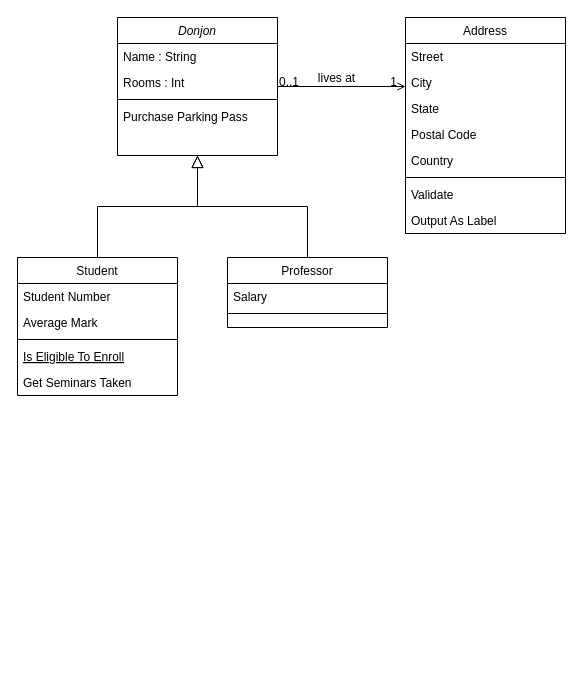
Longuevville/DonjonQuest keeps this draw.io diagram as Diagramme de classe.drawio. Above is the earlier version. Source tidied: cells renumbered, new cells numbered last; positions are measured from the earlier drawing's top-left corner, leaving out a move shared by most shapes. Both pictures are drawn from the tidied source at 100%, with x=0, y=0 at pixel (17, 17).
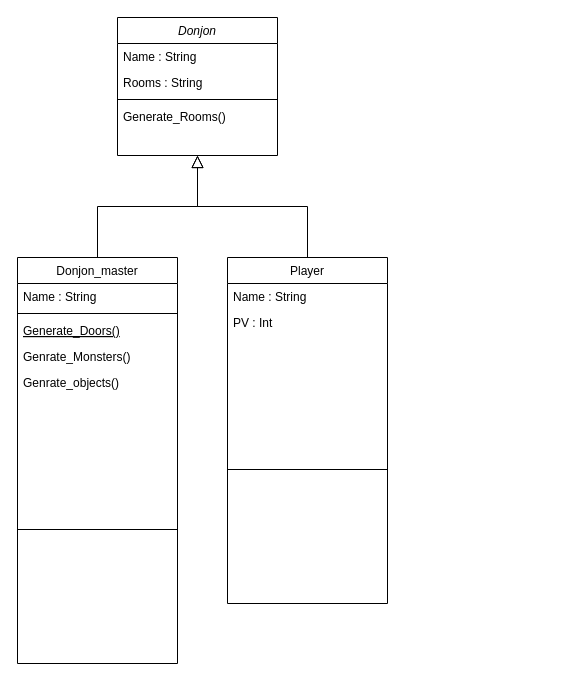
After the change.

Commit message (it also covers changes not shown here):
Mettre à jour Diagramme de classe.drawio

The change refers to these unchanged cells:
```xml
<mxCell id="2" value="Donjon" style="swimlane;fontStyle=2;align=center;verticalAlign=top;horizontal=1;startSize=26;rounded=0;shadow=0;strokeWidth=1;" parent="1" vertex="1">
  <mxGeometry x="100" width="160" height="138" as="geometry" />
</mxCell>
```

The edit, as a diff of the source:
```diff
@@
-    <mxCell id="4" value="Rooms : Int" style="text;align=left;verticalAlign=top;spacingLeft=4;spacingRight=4;overflow=hidden;rounded=0;shadow=0;html=0;" parent="2" vertex="1">
+    <mxCell id="4" value="Rooms : String" style="text;align=left;verticalAlign=top;spacingLeft=4;spacingRight=4;overflow=hidden;rounded=0;shadow=0;html=0;" parent="2" vertex="1">
       <mxGeometry y="52" width="160" height="26" as="geometry" />
     </mxCell>
@@
-    <mxCell id="6" value="Purchase Parking Pass" style="text;align=left;verticalAlign=top;spacingLeft=4;spacingRight=4;overflow=hidden;" parent="2" vertex="1">
+    <mxCell id="6" value="Generate_Rooms()" style="text;align=left;verticalAlign=top;spacingLeft=4;spacingRight=4;overflow=hidden;" parent="2" vertex="1">
       <mxGeometry y="86" width="160" height="26" as="geometry" />
     </mxCell>
-    <mxCell id="7" value="Student" style="swimlane;fontStyle=0;align=center;verticalAlign=top;horizontal=1;startSize=26;rounded=0;shadow=0;strokeWidth=1;" parent="1" vertex="1">
-      <mxGeometry y="240" width="160" height="138" as="geometry" />
+    <mxCell id="7" value="Donjon_master" style="swimlane;fontStyle=0;align=center;verticalAlign=top;horizontal=1;startSize=26;rounded=0;shadow=0;strokeWidth=1;" parent="1" vertex="1">
+      <mxGeometry y="240" width="160" height="406" as="geometry" />
     </mxCell>
-    <mxCell id="8" value="Student Number" style="text;align=left;verticalAlign=top;spacingLeft=4;spacingRight=4;overflow=hidden;" parent="7" vertex="1">
+    <mxCell id="8" value="Name : String" style="text;align=left;verticalAlign=top;spacingLeft=4;spacingRight=4;overflow=hidden;" parent="7" vertex="1">
       <mxGeometry y="26" width="160" height="26" as="geometry" />
     </mxCell>
-    <mxCell id="9" value="Average Mark" style="text;align=left;verticalAlign=top;spacingLeft=4;spacingRight=4;overflow=hidden;rounded=0;shadow=0;html=0;" parent="7" vertex="1">
-      <mxGeometry y="52" width="160" height="26" as="geometry" />
-    </mxCell>
     <mxCell id="10" style="line;html=1;strokeWidth=1;align=left;verticalAlign=middle;spacingTop=-1;spacingLeft=3;spacingRight=3;labelPosition=right;" parent="7" vertex="1">
-      <mxGeometry y="78" width="160" height="8" as="geometry" />
+      <mxGeometry y="52" width="160" height="8" as="geometry" />
     </mxCell>
-    <mxCell id="11" value="Is Eligible To Enroll" style="text;align=left;verticalAlign=top;spacingLeft=4;spacingRight=4;overflow=hidden;fontStyle=4;" parent="7" vertex="1">
-      <mxGeometry y="86" width="160" height="26" as="geometry" />
+    <mxCell id="11" value="Generate_Doors()" style="text;align=left;verticalAlign=top;spacingLeft=4;spacingRight=4;overflow=hidden;fontStyle=4;" parent="7" vertex="1">
+      <mxGeometry y="60" width="160" height="26" as="geometry" />
     </mxCell>
-    <mxCell id="12" value="Get Seminars Taken" style="text;align=left;verticalAlign=top;spacingLeft=4;spacingRight=4;overflow=hidden;" parent="7" vertex="1">
-      <mxGeometry y="112" width="160" height="26" as="geometry" />
+    <mxCell id="12" value="Genrate_Monsters()" style="text;align=left;verticalAlign=top;spacingLeft=4;spacingRight=4;overflow=hidden;" parent="7" vertex="1">
+      <mxGeometry y="86" width="160" height="26" as="geometry" />
     </mxCell>
+    <mxCell id="31" value="Genrate_objects()" style="text;align=left;verticalAlign=top;spacingLeft=4;spacingRight=4;overflow=hidden;" parent="7" vertex="1">
+      <mxGeometry y="112" width="160" height="26" as="geometry" />
+    </mxCell>
+    <mxCell id="32" style="line;html=1;strokeWidth=1;align=left;verticalAlign=middle;spacingTop=-1;spacingLeft=3;spacingRight=3;labelPosition=right;" parent="7" vertex="1">
+      <mxGeometry y="138" width="160" height="268" as="geometry" />
+    </mxCell>
@@
-    <mxCell id="14" value="Professor" style="swimlane;fontStyle=0;align=center;verticalAlign=top;horizontal=1;startSize=26;rounded=0;shadow=0;strokeWidth=1;" parent="1" vertex="1">
-      <mxGeometry x="210" y="240" width="160" height="70" as="geometry" />
+    <mxCell id="14" value="Player" style="swimlane;fontStyle=0;align=center;verticalAlign=top;horizontal=1;startSize=26;rounded=0;shadow=0;strokeWidth=1;" parent="1" vertex="1">
+      <mxGeometry x="210" y="240" width="160" height="346" as="geometry" />
     </mxCell>
-    <mxCell id="15" value="Salary" style="text;align=left;verticalAlign=top;spacingLeft=4;spacingRight=4;overflow=hidden;" parent="14" vertex="1">
+    <mxCell id="15" value="Name : String" style="text;align=left;verticalAlign=top;spacingLeft=4;spacingRight=4;overflow=hidden;" parent="14" vertex="1">
       <mxGeometry y="26" width="160" height="26" as="geometry" />
     </mxCell>
+    <mxCell id="33" value="PV : Int" style="text;align=left;verticalAlign=top;spacingLeft=4;spacingRight=4;overflow=hidden;" parent="14" vertex="1">
+      <mxGeometry y="52" width="160" height="26" as="geometry" />
+    </mxCell>
     <mxCell id="16" style="line;html=1;strokeWidth=1;align=left;verticalAlign=middle;spacingTop=-1;spacingLeft=3;spacingRight=3;labelPosition=right;" parent="14" vertex="1">
-      <mxGeometry y="52" width="160" height="8" as="geometry" />
+      <mxGeometry y="78" width="160" height="268" as="geometry" />
     </mxCell>
@@
-    <mxCell id="18" value="Address" style="swimlane;fontStyle=0;align=center;verticalAlign=top;horizontal=1;startSize=26;rounded=0;shadow=0;strokeWidth=1;" parent="1" vertex="1">
-      <mxGeometry x="388" width="160" height="216" as="geometry" />
-    </mxCell>
-    <mxCell id="19" value="Street" style="text;align=left;verticalAlign=top;spacingLeft=4;spacingRight=4;overflow=hidden;" parent="18" vertex="1">
-      <mxGeometry y="26" width="160" height="26" as="geometry" />
-    </mxCell>
-    <mxCell id="20" value="City" style="text;align=left;verticalAlign=top;spacingLeft=4;spacingRight=4;overflow=hidden;rounded=0;shadow=0;html=0;" parent="18" vertex="1">
-      <mxGeometry y="52" width="160" height="26" as="geometry" />
-    </mxCell>
-    <mxCell id="21" value="State" style="text;align=left;verticalAlign=top;spacingLeft=4;spacingRight=4;overflow=hidden;rounded=0;shadow=0;html=0;" parent="18" vertex="1">
-      <mxGeometry y="78" width="160" height="26" as="geometry" />
-    </mxCell>
-    <mxCell id="22" value="Postal Code" style="text;align=left;verticalAlign=top;spacingLeft=4;spacingRight=4;overflow=hidden;rounded=0;shadow=0;html=0;" parent="18" vertex="1">
-      <mxGeometry y="104" width="160" height="26" as="geometry" />
-    </mxCell>
-    <mxCell id="23" value="Country" style="text;align=left;verticalAlign=top;spacingLeft=4;spacingRight=4;overflow=hidden;rounded=0;shadow=0;html=0;" parent="18" vertex="1">
-      <mxGeometry y="130" width="160" height="26" as="geometry" />
-    </mxCell>
-    <mxCell id="24" style="line;html=1;strokeWidth=1;align=left;verticalAlign=middle;spacingTop=-1;spacingLeft=3;spacingRight=3;labelPosition=right;" parent="18" vertex="1">
-      <mxGeometry y="156" width="160" height="8" as="geometry" />
-    </mxCell>
-    <mxCell id="25" value="Validate" style="text;align=left;verticalAlign=top;spacingLeft=4;spacingRight=4;overflow=hidden;" parent="18" vertex="1">
-      <mxGeometry y="164" width="160" height="26" as="geometry" />
-    </mxCell>
-    <mxCell id="26" value="Output As Label" style="text;align=left;verticalAlign=top;spacingLeft=4;spacingRight=4;overflow=hidden;" parent="18" vertex="1">
-      <mxGeometry y="190" width="160" height="26" as="geometry" />
-    </mxCell>
-    <mxCell id="27" style="endArrow=open;shadow=0;strokeWidth=1;rounded=0;endFill=1;edgeStyle=elbowEdgeStyle;elbow=vertical;" parent="1" edge="1" source="2" target="18">
-      <mxGeometry x="0.5" y="41" relative="1" as="geometry">
-        <mxPoint x="-40" y="32" as="offset" />
-      </mxGeometry>
-    </mxCell>
-    <mxCell id="28" value="0..1" style="align=left;verticalAlign=bottom;labelBackgroundColor=none;fontSize=12;" parent="27" vertex="1">
-      <mxGeometry x="-1" relative="1" as="geometry">
-        <mxPoint y="4" as="offset" />
-      </mxGeometry>
-    </mxCell>
-    <mxCell id="29" value="1" style="align=right;verticalAlign=bottom;labelBackgroundColor=none;fontSize=12;" parent="27" vertex="1">
-      <mxGeometry x="1" relative="1" as="geometry">
-        <mxPoint x="-7" y="4" as="offset" />
-      </mxGeometry>
-    </mxCell>
-    <mxCell id="30" value="lives at" style="text;html=1;align=center;verticalAlign=middle;labelBackgroundColor=none;rounded=0;shadow=0;strokeWidth=1;fontSize=12;" parent="27" vertex="1">
-      <mxGeometry x="0.5" y="49" relative="1" as="geometry">
-        <mxPoint x="-38" y="40" as="offset" />
-      </mxGeometry>
-    </mxCell>
```
